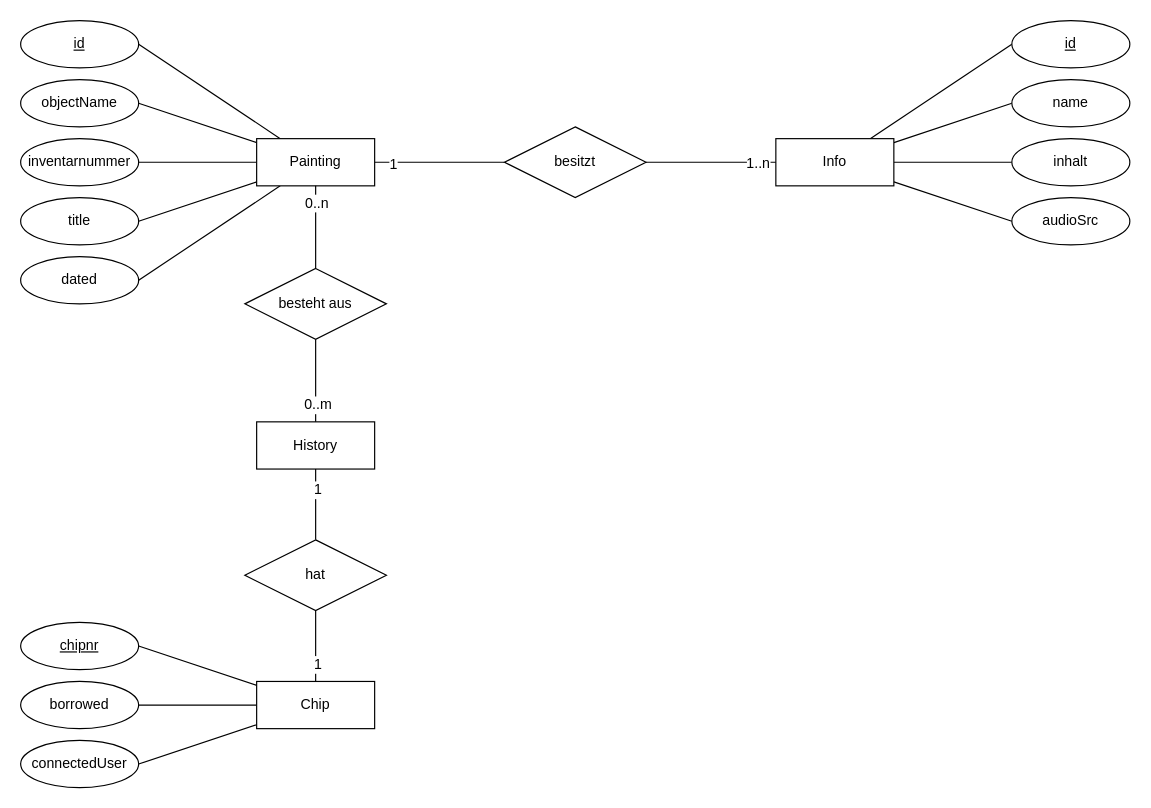
dsterle/EPWS2019PawlowskiSterle keeps this draw.io diagram as _material/Entity Relationship Model.drawio. Above is the earlier version. Source tidied: cells renumbered, new cells numbered last; positions are measured from the earlier drawing's top-left corner, leaving out a move shared by most shapes. Both pictures are drawn from the tidied source at 118%, with x=0, y=0 at pixel (20, 20).
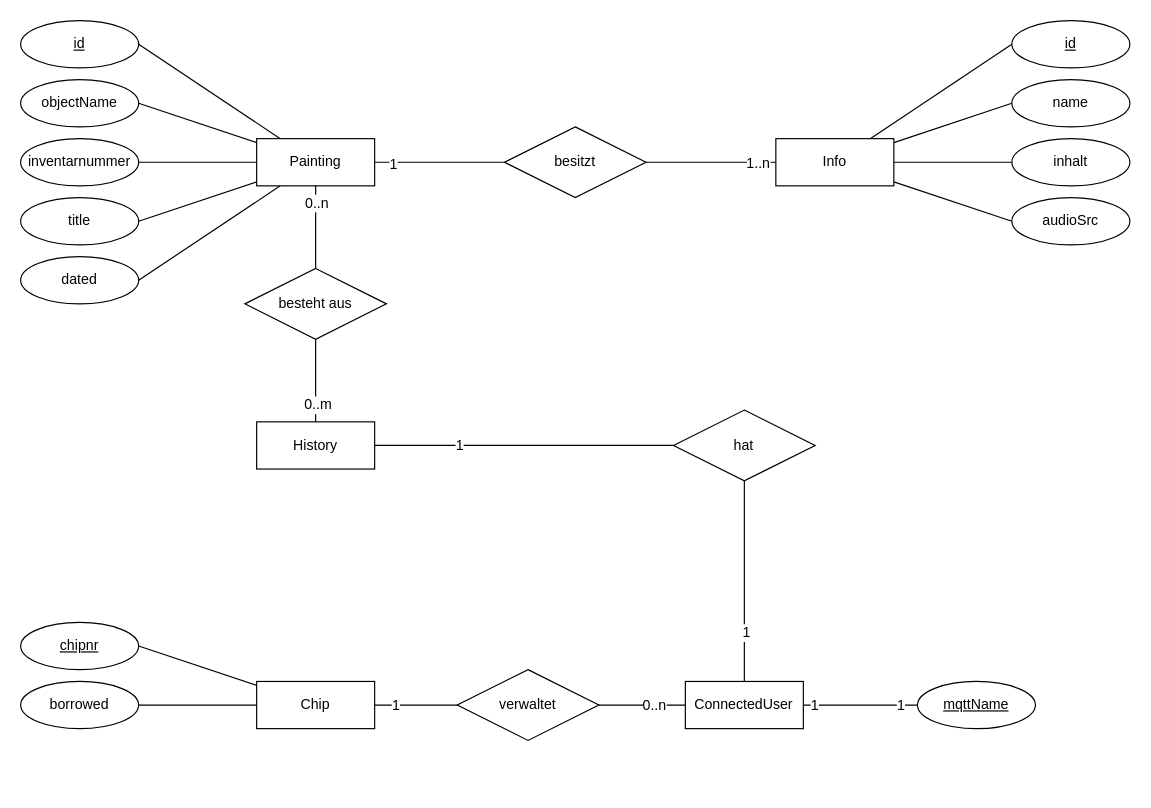
The same page after the edit.

Commit message (it also covers changes not shown here):
ERM überarbeitet

Unchanged cells that the change refers to:
```xml
<mxCell id="30" value="Chip" style="whiteSpace=wrap;html=1;align=center;" parent="1" vertex="1">
  <mxGeometry x="200" y="560" width="100" height="40" as="geometry" />
</mxCell>
<mxCell id="33" value="History" style="whiteSpace=wrap;html=1;align=center;" parent="1" vertex="1">
  <mxGeometry x="200" y="340" width="100" height="40" as="geometry" />
</mxCell>
```

What changed in the source:
```diff
@@
-    <mxCell id="29" style="edgeStyle=none;rounded=0;jettySize=auto;html=1;entryX=1;entryY=0.5;entryDx=0;entryDy=0;endArrow=none;endFill=0;" parent="1" edge="1" source="30" target="44">
-      <mxGeometry relative="1" as="geometry" />
-    </mxCell>
+    <mxCell id="45" style="edgeStyle=none;rounded=0;jettySize=auto;html=1;entryX=0;entryY=0.5;entryDx=0;entryDy=0;endArrow=none;endFill=0;" parent="1" edge="1" source="30" target="53">
+      <mxGeometry relative="1" as="geometry" />
+    </mxCell>
+    <mxCell id="46" value="1" style="text;html=1;align=center;verticalAlign=middle;labelBackgroundColor=#ffffff;" parent="45" vertex="1">
+      <mxGeometry x="-0.74" relative="1" as="geometry">
+        <mxPoint x="8" as="offset" />
+      </mxGeometry>
+    </mxCell>
@@
-    <mxCell id="39" style="edgeStyle=none;rounded=0;jettySize=auto;html=1;entryX=0.5;entryY=1;entryDx=0;entryDy=0;endArrow=none;endFill=0;" parent="1" edge="1" source="43" target="33">
+    <mxCell id="39" style="edgeStyle=none;rounded=0;jettySize=auto;html=1;entryX=1;entryY=0.5;entryDx=0;entryDy=0;endArrow=none;endFill=0;" parent="1" edge="1" source="43" target="33">
       <mxGeometry relative="1" as="geometry" />
     </mxCell>
@@
-    <mxCell id="41" style="edgeStyle=none;rounded=0;jettySize=auto;html=1;entryX=0.5;entryY=0;entryDx=0;entryDy=0;endArrow=none;endFill=0;" parent="1" edge="1" source="43" target="30">
+    <mxCell id="41" style="edgeStyle=none;rounded=0;jettySize=auto;html=1;entryX=0.5;entryY=0;entryDx=0;entryDy=0;endArrow=none;endFill=0;exitX=0.5;exitY=1;exitDx=0;exitDy=0;" parent="1" edge="1" source="43" target="50">
       <mxGeometry relative="1" as="geometry" />
     </mxCell>
@@
     <mxCell id="43" value="hat" style="shape=rhombus;perimeter=rhombusPerimeter;whiteSpace=wrap;html=1;align=center;" parent="1" vertex="1">
-      <mxGeometry x="190" y="440" width="120" height="60" as="geometry" />
+      <mxGeometry x="553.3" y="330" width="120" height="60" as="geometry" />
     </mxCell>
-    <mxCell id="44" value="connectedUser" style="ellipse;whiteSpace=wrap;html=1;align=center;" parent="1" vertex="1">
-      <mxGeometry y="610" width="100" height="40" as="geometry" />
-    </mxCell>
+    <mxCell id="47" style="edgeStyle=none;rounded=0;jettySize=auto;html=1;entryX=0;entryY=0.5;entryDx=0;entryDy=0;endArrow=none;endFill=0;" parent="1" edge="1" source="50" target="54">
+      <mxGeometry relative="1" as="geometry" />
+    </mxCell>
+    <mxCell id="48" value="1" style="text;html=1;align=center;verticalAlign=middle;labelBackgroundColor=#ffffff;" parent="47" vertex="1">
+      <mxGeometry x="-0.81" relative="1" as="geometry" />
+    </mxCell>
+    <mxCell id="49" value="1" style="text;html=1;align=center;verticalAlign=middle;labelBackgroundColor=#ffffff;" parent="47" vertex="1">
+      <mxGeometry x="0.69" relative="1" as="geometry" />
+    </mxCell>
+    <mxCell id="50" value="ConnectedUser" style="rounded=0;whiteSpace=wrap;html=1;" parent="1" vertex="1">
+      <mxGeometry x="563.3" y="560" width="100" height="40" as="geometry" />
+    </mxCell>
+    <mxCell id="51" style="edgeStyle=none;rounded=0;jettySize=auto;html=1;endArrow=none;endFill=0;" parent="1" edge="1" source="53" target="50">
+      <mxGeometry relative="1" as="geometry" />
+    </mxCell>
+    <mxCell id="52" value="0..n" style="text;html=1;align=center;verticalAlign=middle;labelBackgroundColor=#ffffff;" parent="51" vertex="1">
+      <mxGeometry x="0.67" y="1" relative="1" as="geometry">
+        <mxPoint x="-14.9" y="1" as="offset" />
+      </mxGeometry>
+    </mxCell>
+    <mxCell id="53" value="verwaltet" style="shape=rhombus;perimeter=rhombusPerimeter;whiteSpace=wrap;html=1;align=center;" parent="1" vertex="1">
+      <mxGeometry x="370" y="550" width="120" height="60" as="geometry" />
+    </mxCell>
+    <mxCell id="54" value="&lt;u&gt;mqttName&lt;/u&gt;" style="ellipse;whiteSpace=wrap;html=1;align=center;" parent="1" vertex="1">
+      <mxGeometry x="760" y="560" width="100" height="40" as="geometry" />
+    </mxCell>
```
